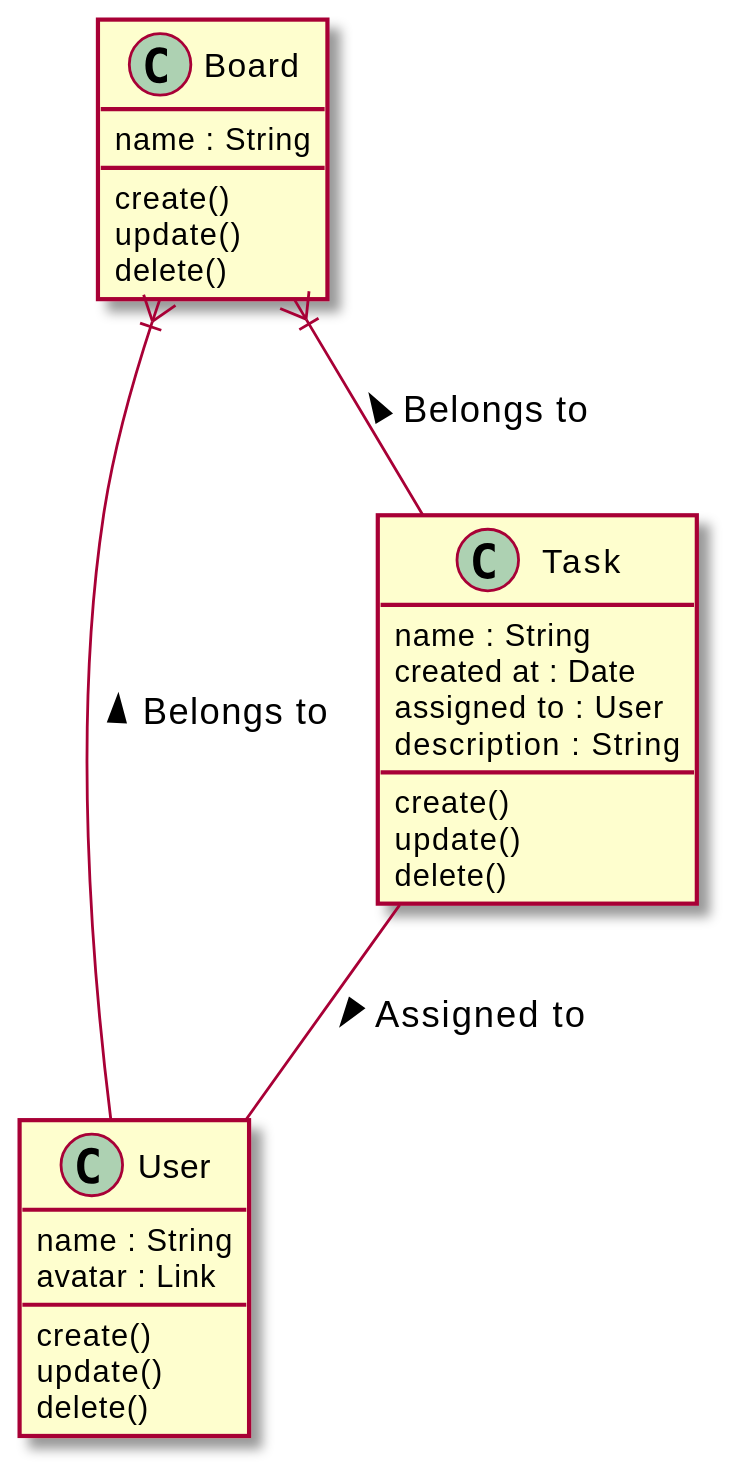
Earlier version of the PlantUML export uml/to_do_board.svg (HFMIRE/To-do-list). The source it was exported from:
```plantuml
@startuml


Board }|-- User : Belongs to <
Board }|-- Task : Belongs to <
Task -- User : Assigned to >



class Board {
name : String
create()
update()
delete()
}

class User {
name : String
avatar : Link
create()
update()
delete()
}

class Task {
name : String
created at : Date
assigned to : User
description : String
create()
update()
delete()
}

@enduml
```
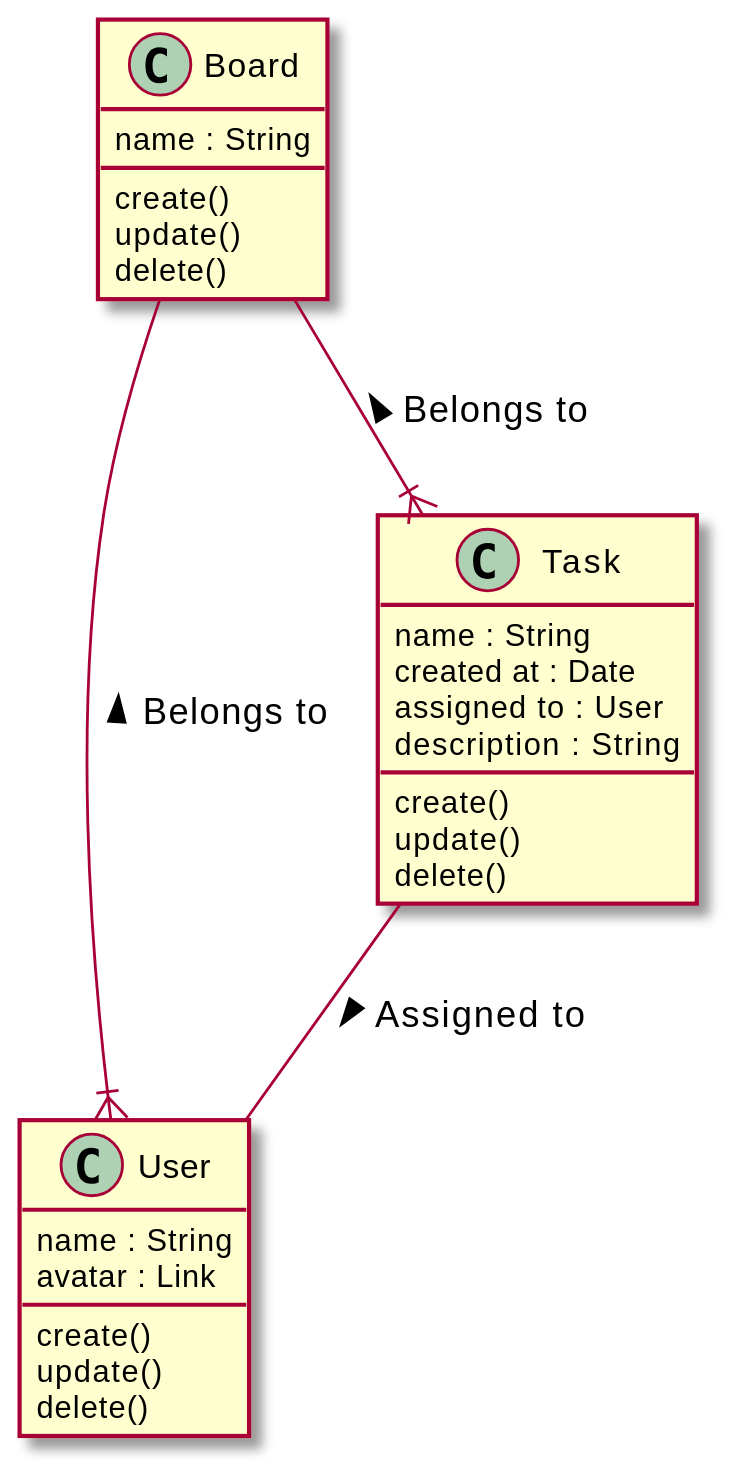
The same file after the commit.

Commit message:
Correcting the direction of the branches

Diff of the diagram source:
```diff
@@ -1,8 +1,8 @@
 @startuml
 
 
-Board }|-- User : Belongs to <
-Board }|-- Task : Belongs to <
+Board --|{ User : Belongs to <
+Board --|{ Task : Belongs to <
 Task -- User : Assigned to >
 
 
```
